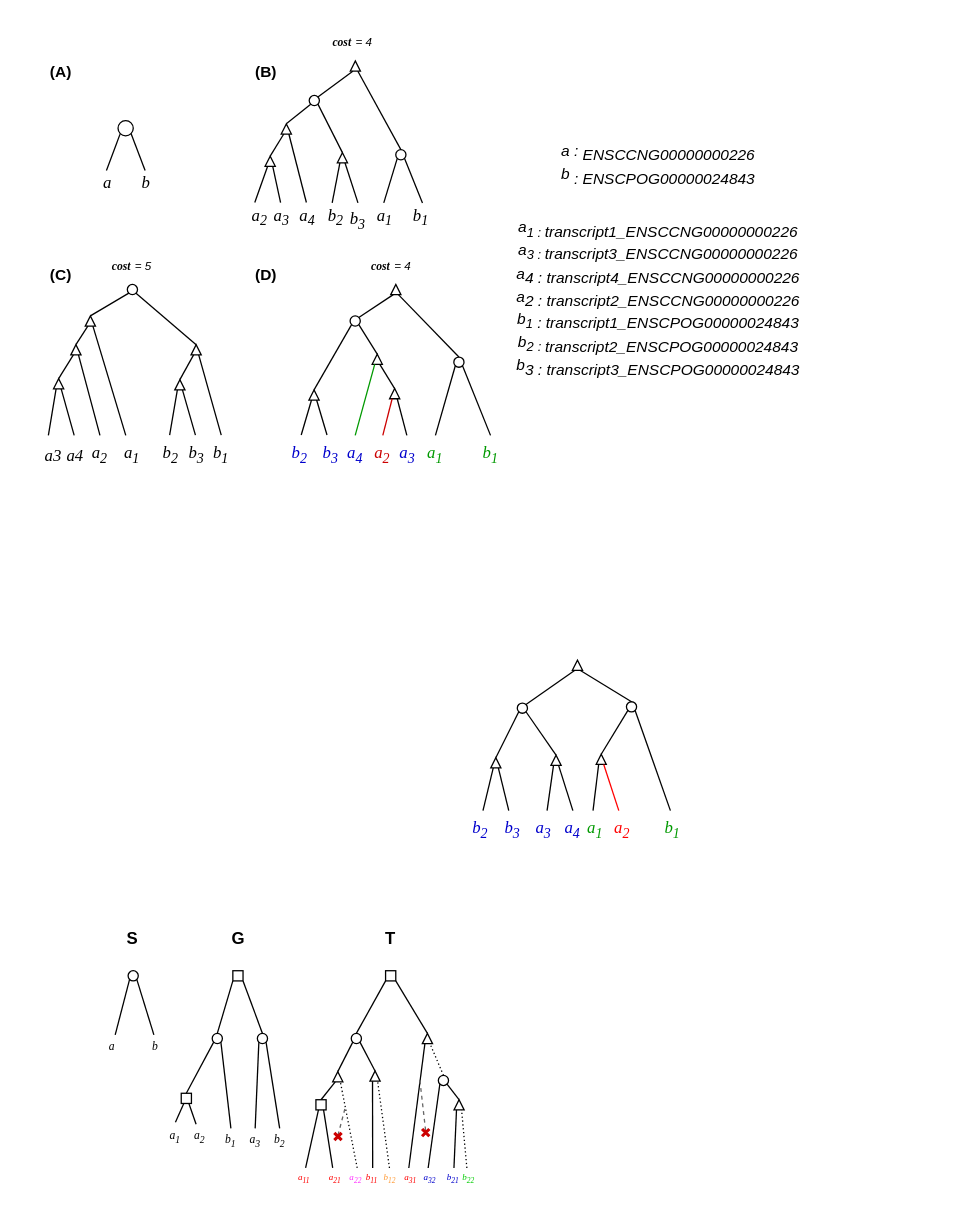
Above: page "Page-2" (2 of 3) of phylogenies.drawio in dondavy/samples_draw.io (draw.io), before the change. Source tidied: cells renumbered, new cells numbered last; positions are measured from the earlier drawing's top-left corner, leaving out a move shared by most shapes. Both pictures are drawn from the tidied source at 129%, with x=0, y=0 at pixel (22, 22).
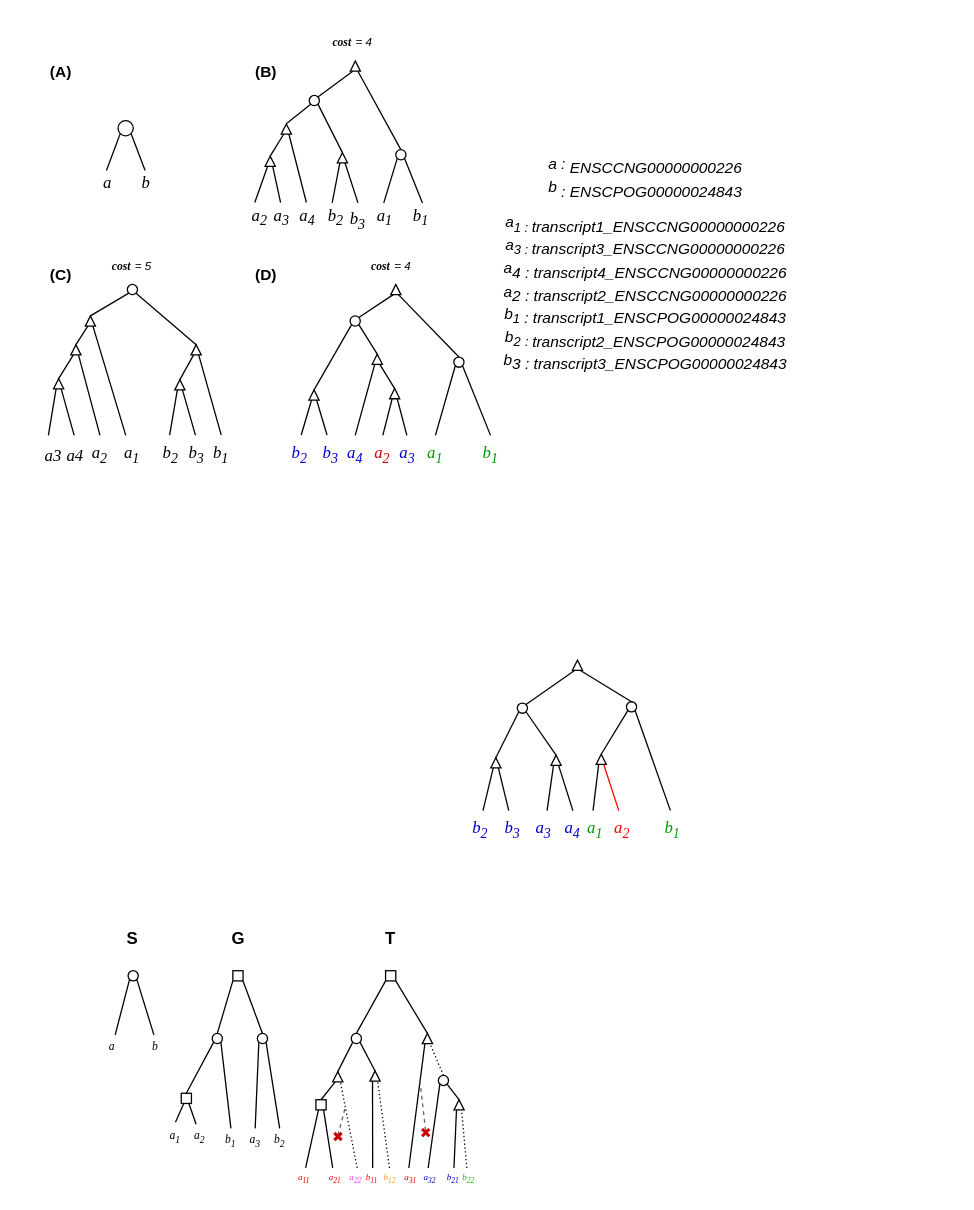
After the change.

The change refers to these unchanged cells:
```xml
<mxCell id="154" style="group;" parent="92" vertex="1">
  <mxGeometry x="199.8" y="173.2" width="178.4" height="177" as="geometry" />
</mxCell>
<mxCell id="158" style="triangle;whiteSpace=wrap;html=1;rotation=-90;" parent="154" vertex="1">
  <mxGeometry x="84.9" y="110.7" width="7.9" height="7.9" as="geometry" />
</mxCell>
<mxCell id="169" value="&lt;font color=&quot;#0000cc&quot; size=&quot;1&quot; face=&quot;Times New Roman&quot;&gt;&lt;i style=&quot;font-size: 13px;&quot;&gt;a&lt;sub style=&quot;&quot;&gt;4&lt;/sub&gt;&lt;/i&gt;&lt;/font&gt;" style="text;html=1;strokeColor=none;fillColor=none;align=center;verticalAlign=middle;whiteSpace=wrap;rounded=0;" parent="154" vertex="1">
  <mxGeometry x="43.1" y="147" width="30.3" height="30" as="geometry" />
</mxCell>
<mxCell id="170" value="&lt;font color=&quot;#cc0000&quot; size=&quot;1&quot; face=&quot;Times New Roman&quot;&gt;&lt;i style=&quot;font-size: 13px;&quot;&gt;a&lt;sub style=&quot;&quot;&gt;2&lt;/sub&gt;&lt;/i&gt;&lt;/font&gt;" style="text;html=1;strokeColor=none;fillColor=none;align=center;verticalAlign=middle;whiteSpace=wrap;rounded=0;" parent="154" vertex="1">
  <mxGeometry x="64.5" y="147" width="30.3" height="30" as="geometry" />
</mxCell>
<mxCell id="178" style="triangle;whiteSpace=wrap;html=1;rotation=-90;" parent="154" vertex="1">
  <mxGeometry x="71.4" y="84" width="7.9" height="7.9" as="geometry" />
</mxCell>
```

What changed in the source:
```diff
@@
-    <mxCell id="91" style="group;" parent="1" vertex="1">
-      <mxGeometry x="-0.2" y="-0.2" width="720.2" height="350.2" as="geometry" />
-    </mxCell>
+    <mxCell id="185" style="group;" parent="1" vertex="1">
+      <mxGeometry x="-0.2" y="-0.2" width="618.5" height="350.2" as="geometry" />
+    </mxCell>
-    <mxCell id="92" style="group;" parent="91" vertex="1">
+    <mxCell id="92" style="group;" parent="185" vertex="1">
       <mxGeometry width="378.2" height="350.2" as="geometry" />
     </mxCell>
@@
-    <mxCell id="171" style="endArrow=none;html=1;rounded=0;entryX=0;entryY=0.25;entryDx=0;entryDy=0;exitX=0.5;exitY=0;exitDx=0;exitDy=0;strokeColor=#CC0000;" parent="154" edge="1" source="170" target="158">
+    <mxCell id="171" style="endArrow=none;html=1;rounded=0;entryX=0;entryY=0.25;entryDx=0;entryDy=0;exitX=0.5;exitY=0;exitDx=0;exitDy=0;strokeColor=#000000;" parent="154" edge="1" source="170" target="158">
       <mxGeometry relative="1" as="geometry" />
     </mxCell>
@@
-    <mxCell id="180" style="endArrow=none;html=1;rounded=0;strokeColor=#009900;exitX=0;exitY=0.25;exitDx=0;exitDy=0;entryX=0.5;entryY=0;entryDx=0;entryDy=0;" parent="154" edge="1" source="178" target="169">
+    <mxCell id="180" style="endArrow=none;html=1;rounded=0;strokeColor=#000000;exitX=0;exitY=0.25;exitDx=0;exitDy=0;entryX=0.5;entryY=0;entryDx=0;entryDy=0;" parent="154" edge="1" source="178" target="169">
       <mxGeometry relative="1" as="geometry" />
     </mxCell>
-    <mxCell id="181" style="group;" parent="91" vertex="1">
-      <mxGeometry x="330.2" y="50.2" width="390" height="279.3" as="geometry" />
-    </mxCell>
-    <mxCell id="182" style="group;" parent="181" vertex="1">
-      <mxGeometry x="28.3" y="36.4" width="270" height="207.9" as="geometry" />
+    <mxCell id="182" style="group;" parent="185" vertex="1">
+      <mxGeometry x="348.5" y="96.6" width="270" height="207.9" as="geometry" />
     </mxCell>
     <mxCell id="183" value="&lt;font style=&quot;&quot;&gt;&lt;i style=&quot;font-size: 12px; background-color: initial; text-align: left;&quot;&gt;a&lt;sub style=&quot;border-color: var(--border-color);&quot;&gt;1 :&amp;nbsp;&lt;span style=&quot;background-color: initial; font-size: 12px;&quot;&gt;transcript1_ENSCCNG00000000226&lt;/span&gt;&lt;/sub&gt;&lt;/i&gt;&lt;br&gt;&lt;i style=&quot;font-size: 12px; background-color: initial; text-align: left;&quot;&gt;a&lt;sub style=&quot;border-color: var(--border-color);&quot;&gt;3 :&amp;nbsp;&lt;span style=&quot;background-color: initial; font-size: 12px;&quot;&gt;transcript3_ENSCCNG00000000226&lt;/span&gt;&lt;/sub&gt;&lt;/i&gt;&lt;br&gt;&lt;span style=&quot;font-size: 12px; background-color: initial; text-align: left; font-style: italic;&quot;&gt;a&lt;/span&gt;&lt;sub style=&quot;font-size: 12px; background-color: initial; text-align: left; font-style: italic; border-color: var(--border-color);&quot;&gt;4 :&amp;nbsp;&lt;span style=&quot;background-color: initial; font-size: 12px;&quot;&gt;transcript4_ENSCCNG00000000226&lt;br&gt;&lt;/span&gt;&lt;/sub&gt;&lt;span style=&quot;font-size: 12px; background-color: initial; text-align: left; font-style: italic;&quot;&gt;a&lt;/span&gt;&lt;sub style=&quot;font-size: 12px; background-color: initial; text-align: left; font-style: italic; border-color: var(--border-color);&quot;&gt;2 :&amp;nbsp;&lt;span style=&quot;background-color: initial; font-size: 12px;&quot;&gt;transcript2_ENSCCNG00000000226&lt;/span&gt;&lt;/sub&gt;&lt;span style=&quot;font-size: 12px; text-align: left; font-style: italic; background-color: initial;&quot;&gt;&lt;br&gt;&lt;font style=&quot;font-size: 12px;&quot;&gt;b&lt;/font&gt;&lt;/span&gt;&lt;span style=&quot;text-align: left; background-color: initial; border-color: var(--border-color);&quot;&gt;&lt;sub style=&quot;font-style: italic;&quot;&gt;&lt;font style=&quot;font-size: 10px;&quot;&gt;1&lt;/font&gt;&lt;/sub&gt;&lt;sub style=&quot;font-size: 12px; font-style: italic;&quot;&gt; :&amp;nbsp;&lt;/sub&gt;&lt;span style=&quot;font-size: 12px; vertical-align: sub; background-color: initial;&quot;&gt;&lt;i&gt;transcript1_ENSCPOG00000024843&lt;br&gt;&lt;/i&gt;&lt;/span&gt;&lt;/span&gt;&lt;span style=&quot;font-size: 12px; background-color: initial; text-align: left; font-style: italic;&quot;&gt;b&lt;/span&gt;&lt;sub style=&quot;background-color: initial; text-align: left; font-style: italic; border-color: var(--border-color);&quot;&gt;&lt;font style=&quot;font-size: 10px;&quot;&gt;2&lt;/font&gt;&lt;/sub&gt;&lt;span style=&quot;font-size: 12px; background-color: initial; text-align: left; font-style: italic; border-color: var(--border-color);&quot;&gt; &lt;sub&gt;:&amp;nbsp;&lt;/sub&gt;&lt;/span&gt;&lt;/font&gt;&lt;span style=&quot;background-color: initial; text-align: left; font-style: italic; border-color: var(--border-color);&quot;&gt;&lt;font style=&quot;&quot;&gt;&lt;sub style=&quot;&quot;&gt;&lt;font style=&quot;font-size: 12px;&quot;&gt;transcript2_ENSCPOG00000024843&lt;/font&gt;&lt;/sub&gt;&lt;br&gt;&lt;span style=&quot;font-size: 12px; background-color: initial;&quot;&gt;b&lt;/span&gt;&lt;sub style=&quot;font-size: 12px; background-color: initial; border-color: var(--border-color);&quot;&gt;3 :&amp;nbsp;&lt;span style=&quot;border-color: var(--border-color); background-color: initial; font-size: 12px;&quot;&gt;transcript3_ENSCPOG00000024843&lt;/span&gt;&lt;/sub&gt;&lt;/font&gt;&lt;br&gt;&lt;/span&gt;" style="text;html=1;strokeColor=none;fillColor=none;align=center;verticalAlign=middle;whiteSpace=wrap;rounded=0;" parent="182" vertex="1">
-      <mxGeometry y="47.8" width="270" height="160.1" as="geometry" />
+      <mxGeometry y="33.6" width="270" height="160.1" as="geometry" />
     </mxCell>
```
